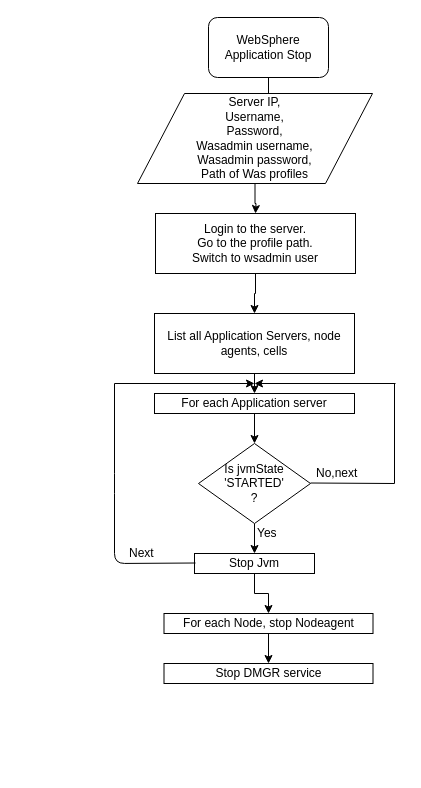
The draw.io diagram Untitled Diagram.drawio in shobith-chadaga/Angular-GettingStarted, before the edit. Source tidied: cells renumbered, new cells numbered last; positions are measured from the earlier drawing's top-left corner, leaving out a move shared by most shapes. Both pictures are drawn from the tidied source at 100%, with x=0, y=0 at pixel (114, 17).
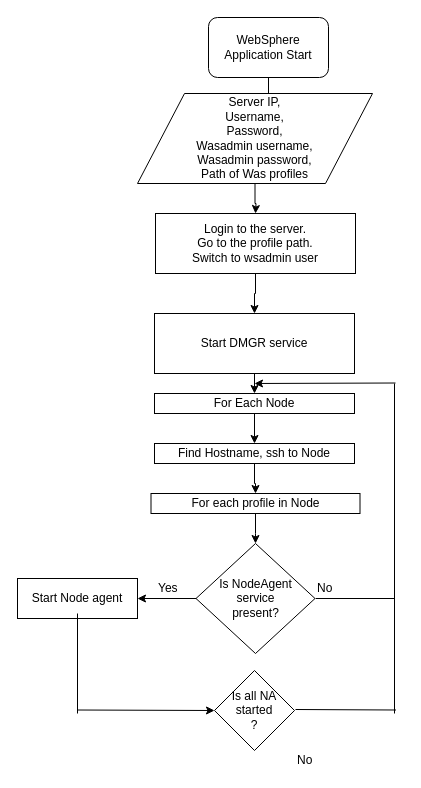
After the change.

The edit, as a diff of the source:
```diff
@@
-    <mxCell id="3" value="WebSphere Application Stop" style="rounded=1;whiteSpace=wrap;html=1;" parent="1" vertex="1">
+    <mxCell id="3" value="WebSphere Application Start" style="rounded=1;whiteSpace=wrap;html=1;" parent="1" vertex="1">
       <mxGeometry x="94" width="120" height="60" as="geometry" />
     </mxCell>
@@
-    <mxCell id="9" value="List all Application Servers, node agents, cells" style="rounded=0;whiteSpace=wrap;html=1;" parent="1" vertex="1">
+    <mxCell id="9" value="Start DMGR service" style="rounded=0;whiteSpace=wrap;html=1;" parent="1" vertex="1">
       <mxGeometry x="40" y="296" width="200" height="60" as="geometry" />
     </mxCell>
-    <mxCell id="10" style="edgeStyle=orthogonalEdgeStyle;rounded=0;jettySize=auto;html=1;exitX=0.5;exitY=1;exitDx=0;exitDy=0;entryX=0.5;entryY=0;entryDx=0;entryDy=0;" parent="1" edge="1" source="11" target="13">
-      <mxGeometry relative="1" as="geometry" />
+    <mxCell id="10" style="edgeStyle=orthogonalEdgeStyle;rounded=0;jettySize=auto;html=1;exitX=0.5;exitY=1;exitDx=0;exitDy=0;entryX=0.5;entryY=0;entryDx=0;entryDy=0;" parent="1" edge="1" source="11">
+      <mxGeometry relative="1" as="geometry">
+        <mxPoint x="140" y="426" as="targetPoint" />
+      </mxGeometry>
     </mxCell>
-    <mxCell id="11" value="For each Application server" style="rounded=0;whiteSpace=wrap;html=1;" parent="1" vertex="1">
+    <mxCell id="11" value="For Each Node" style="rounded=0;whiteSpace=wrap;html=1;" parent="1" vertex="1">
       <mxGeometry x="40" y="376" width="200" height="20" as="geometry" />
     </mxCell>
-    <mxCell id="12" style="edgeStyle=orthogonalEdgeStyle;rounded=0;jettySize=auto;html=1;exitX=0.5;exitY=1;exitDx=0;exitDy=0;" parent="1" edge="1" source="13">
-      <mxGeometry relative="1" as="geometry">
-        <mxPoint x="140" y="536" as="targetPoint" />
-      </mxGeometry>
-    </mxCell>
-    <mxCell id="13" value="Is jvmState 'STARTED'&lt;br&gt;?" style="rhombus;whiteSpace=wrap;html=1;" parent="1" vertex="1">
-      <mxGeometry x="84" y="426" width="112" height="80" as="geometry" />
-    </mxCell>
@@
-    <mxCell id="15" value="Stop Jvm" style="rounded=0;whiteSpace=wrap;html=1;" parent="1" vertex="1">
-      <mxGeometry x="80" y="536" width="120" height="20" as="geometry" />
+    <mxCell id="15" value="Find Hostname, ssh to Node" style="rounded=0;whiteSpace=wrap;html=1;" parent="1" vertex="1">
+      <mxGeometry x="40" y="426" width="200" height="20" as="geometry" />
     </mxCell>
-    <mxCell id="16" style="edgeStyle=orthogonalEdgeStyle;rounded=0;jettySize=auto;html=1;" parent="1" edge="1" source="17" target="18">
-      <mxGeometry relative="1" as="geometry" />
+    <mxCell id="16" style="edgeStyle=orthogonalEdgeStyle;rounded=0;jettySize=auto;html=1;" parent="1" edge="1" source="17">
+      <mxGeometry relative="1" as="geometry">
+        <mxPoint x="141" y="526" as="targetPoint" />
+      </mxGeometry>
     </mxCell>
-    <mxCell id="17" value="For each Node, stop Nodeagent" style="rounded=0;whiteSpace=wrap;html=1;" parent="1" vertex="1">
-      <mxGeometry x="49.5" y="596" width="209" height="20" as="geometry" />
+    <mxCell id="17" value="For each profile in Node" style="rounded=0;whiteSpace=wrap;html=1;" parent="1" vertex="1">
+      <mxGeometry x="36.5" y="476" width="209" height="20" as="geometry" />
     </mxCell>
-    <mxCell id="18" value="Stop DMGR service" style="rounded=0;whiteSpace=wrap;html=1;" parent="1" vertex="1">
-      <mxGeometry x="49.5" y="646" width="209" height="20" as="geometry" />
-    </mxCell>
+    <mxCell id="27" style="edgeStyle=orthogonalEdgeStyle;rounded=0;jettySize=auto;html=1;" parent="1" edge="1" source="28" target="33">
+      <mxGeometry relative="1" as="geometry" />
+    </mxCell>
+    <mxCell id="28" value="Is NodeAgent&lt;br&gt;service&lt;br&gt;present?" style="rhombus;whiteSpace=wrap;html=1;" parent="1" vertex="1">
+      <mxGeometry x="81.5" y="526" width="119" height="110" as="geometry" />
+    </mxCell>
+    <mxCell id="29" value="No" style="text;html=1;align=left;verticalAlign=top;spacingTop=-4;" parent="1" vertex="1">
+      <mxGeometry x="201" y="561" width="30" height="20" as="geometry" />
+    </mxCell>
+    <mxCell id="30" style="endArrow=none;html=1;" parent="1" edge="1">
+      <mxGeometry relative="1" as="geometry">
+        <mxPoint x="201" y="581" as="sourcePoint" />
+        <mxPoint x="280" y="581" as="targetPoint" />
+      </mxGeometry>
+    </mxCell>
+    <mxCell id="31" style="endArrow=none;html=1;" parent="1" edge="1">
+      <mxGeometry relative="1" as="geometry">
+        <mxPoint x="280" y="581" as="sourcePoint" />
+        <mxPoint x="280" y="366" as="targetPoint" />
+      </mxGeometry>
+    </mxCell>
+    <mxCell id="32" style="endArrow=classic;html=1;" parent="1" edge="1">
+      <mxGeometry relative="1" as="geometry">
+        <mxPoint x="281" y="365.5" as="sourcePoint" />
+        <mxPoint x="140" y="366" as="targetPoint" />
+      </mxGeometry>
+    </mxCell>
+    <mxCell id="33" value="Start Node agent" style="rounded=0;whiteSpace=wrap;html=1;" parent="1" vertex="1">
+      <mxGeometry x="-97" y="561" width="120" height="40" as="geometry" />
+    </mxCell>
+    <mxCell id="34" value="Is all NA&lt;br&gt;started&lt;br&gt;?" style="rhombus;whiteSpace=wrap;html=1;" parent="1" vertex="1">
+      <mxGeometry x="100" y="653" width="80" height="80" as="geometry" />
+    </mxCell>
+    <mxCell id="35" style="endArrow=none;html=1;" parent="1" edge="1">
+      <mxGeometry relative="1" as="geometry">
+        <mxPoint x="181" y="692" as="sourcePoint" />
+        <mxPoint x="281.5" y="692.5" as="targetPoint" />
+      </mxGeometry>
+    </mxCell>
+    <mxCell id="36" value="No" style="text;html=1;align=left;verticalAlign=top;spacingTop=-4;" parent="1" vertex="1">
+      <mxGeometry x="181" y="733" width="30" height="20" as="geometry" />
+    </mxCell>
     <mxCell id="19" value="Yes" style="text;html=1;align=left;verticalAlign=top;spacingTop=-4;" parent="1" vertex="1">
-      <mxGeometry x="141" y="506" width="40" height="20" as="geometry" />
+      <mxGeometry x="41.5" y="561" width="40" height="20" as="geometry" />
     </mxCell>
-    <mxCell id="20" style="endArrow=none;html=1;" parent="1" edge="1">
-      <mxGeometry relative="1" as="geometry">
-        <mxPoint x="196" y="465.5" as="sourcePoint" />
-        <mxPoint x="280" y="466" as="targetPoint" />
-      </mxGeometry>
-    </mxCell>
-    <mxCell id="21" style="endArrow=none;html=1;" parent="1" edge="1">
-      <mxGeometry relative="1" as="geometry">
-        <mxPoint x="280" y="466" as="sourcePoint" />
-        <mxPoint x="280" y="366" as="targetPoint" />
-      </mxGeometry>
-    </mxCell>
-    <mxCell id="22" value="No,next" style="text;html=1;align=left;verticalAlign=top;spacingTop=-4;" parent="1" vertex="1">
-      <mxGeometry x="200" y="446" width="60" height="20" as="geometry" />
-    </mxCell>
-    <mxCell id="23" style="endArrow=classic;html=1;" parent="1" edge="1">
-      <mxGeometry relative="1" as="geometry">
-        <mxPoint x="281" y="366" as="sourcePoint" />
-        <mxPoint x="140" y="366" as="targetPoint" />
-      </mxGeometry>
-    </mxCell>
-    <mxCell id="24" style="endArrow=none;html=1;" parent="1" edge="1">
-      <mxGeometry relative="1" as="geometry">
-        <mxPoint y="366" as="sourcePoint" />
-        <mxPoint x="81" y="545.5" as="targetPoint" />
-        <Array as="points">
-          <mxPoint y="466" />
-          <mxPoint y="546" />
-        </Array>
-      </mxGeometry>
-    </mxCell>
-    <mxCell id="25" style="endArrow=classic;html=1;" parent="1" edge="1">
-      <mxGeometry relative="1" as="geometry">
-        <mxPoint y="366" as="sourcePoint" />
-        <mxPoint x="140" y="366" as="targetPoint" />
-      </mxGeometry>
-    </mxCell>
-    <mxCell id="26" value="Next" style="text;html=1;align=left;verticalAlign=top;spacingTop=-4;" parent="1" vertex="1">
-      <mxGeometry x="13" y="526" width="40" height="20" as="geometry" />
-    </mxCell>
+    <mxCell id="37" style="endArrow=none;html=1;" parent="1" edge="1">
+      <mxGeometry relative="1" as="geometry">
+        <mxPoint x="280" y="696" as="sourcePoint" />
+        <mxPoint x="280" y="576" as="targetPoint" />
+      </mxGeometry>
+    </mxCell>
+    <mxCell id="38" style="endArrow=none;html=1;" parent="1" edge="1">
+      <mxGeometry relative="1" as="geometry">
+        <mxPoint x="-37" y="696" as="sourcePoint" />
+        <mxPoint x="-37" y="596" as="targetPoint" />
+      </mxGeometry>
+    </mxCell>
+    <mxCell id="39" style="endArrow=classic;html=1;entryX=0;entryY=0.5;entryDx=0;entryDy=0;" parent="1" edge="1" target="34">
+      <mxGeometry relative="1" as="geometry">
+        <mxPoint x="-37" y="692.5" as="sourcePoint" />
+      </mxGeometry>
+    </mxCell>
```
